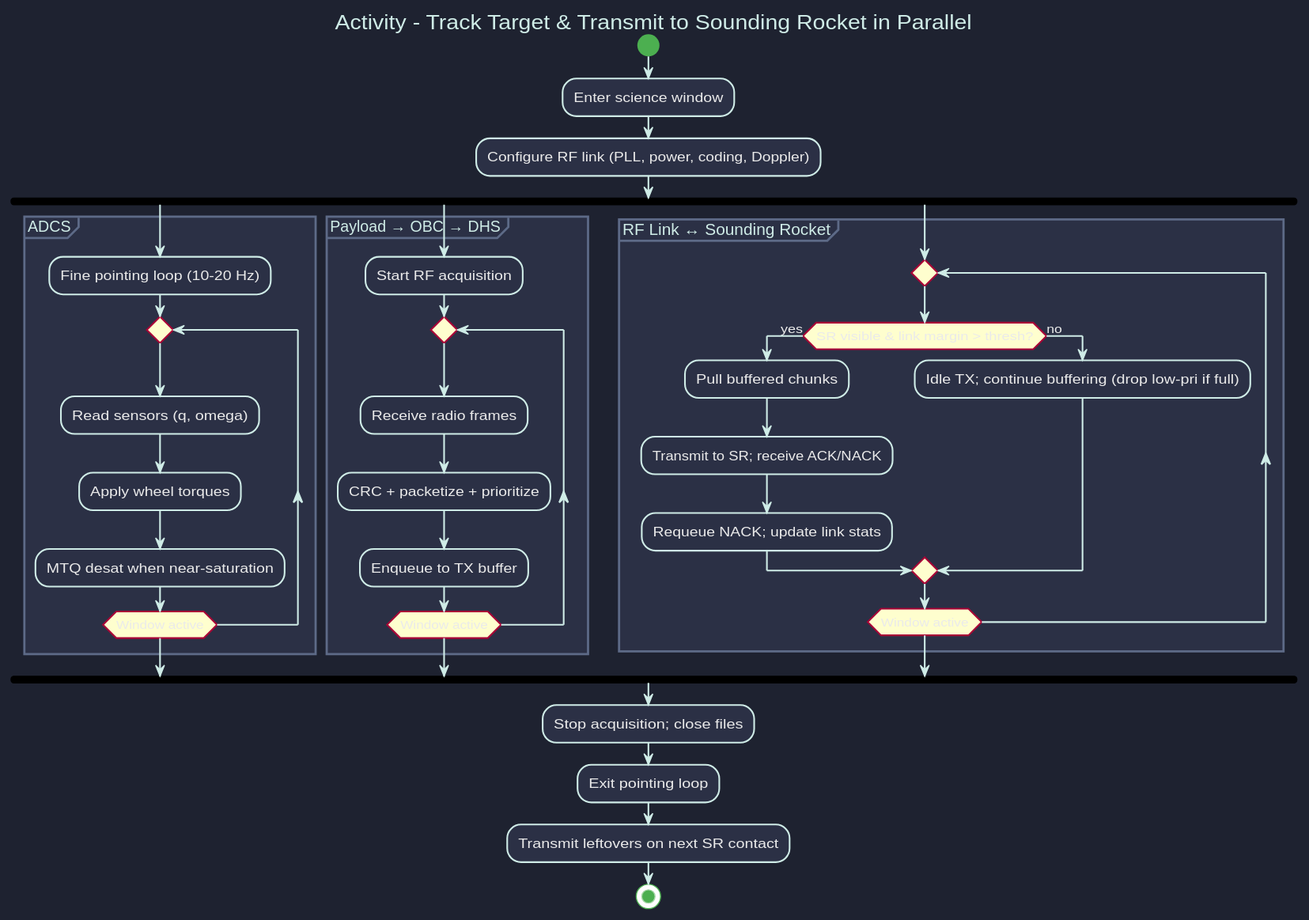
Above: docs/elara/activity.svg in Terminus-Suborbital-Research-Program/Styx (PlantUML), before the change. Source of this version:
```plantuml
@startuml
title <color:#CFECE7>Activity - Track Target & Transmit to Sounding Rocket in Parallel</color>
skinparam shadowing false

skinparam backgroundColor #1E2230
skinparam defaultFontColor #EAEAEA

skinparam activity {
  StartColor #4CAF50
  EndColor #4CAF50
  BackgroundColor #2B3045
  BorderColor #CFECE7
  FontColor #EAEAEA
}
skinparam partition {
  BackgroundColor #2B3045
  BorderColor #5D6A87
  FontColor #CFECE7
}
skinparam diamond {
  BackgroundColor #2B3045
  BorderColor #CFECE7
  FontColor #EAEAEA
}
skinparam arrow {
  Color #CFECE7
}
skinparam note {
  BackgroundColor #5D6A87
  BorderColor #CFECE7
  FontColor #EAEAEA
}

start
:Enter science window;
:Configure RF link (PLL, power, coding, Doppler);

fork
  partition "ADCS" {
    :Fine pointing loop (10-20 Hz);
    repeat
      :Read sensors (q, omega);
      :Apply wheel torques;
      :MTQ desat when near-saturation;
    repeat while (Window active)
  }
fork again
  partition "Payload → OBC → DHS" {
    :Start RF acquisition;
    repeat
      :Receive radio frames;
      :CRC + packetize + prioritize;
      :Enqueue to TX buffer;
    repeat while (Window active)
  }
fork again
  partition "RF Link ↔ Sounding Rocket" {
    repeat
      if (SR visible & link margin > thresh?) then (yes)
        :Pull buffered chunks;
        :Transmit to SR; receive ACK/NACK;
        :Requeue NACK; update link stats;
      else (no)
        :Idle TX; continue buffering (drop low-pri if full);
      endif
    repeat while (Window active)
  }
end fork

:Stop acquisition; close files;
:Exit pointing loop;
:Transmit leftovers on next SR contact;
stop
@enduml
```
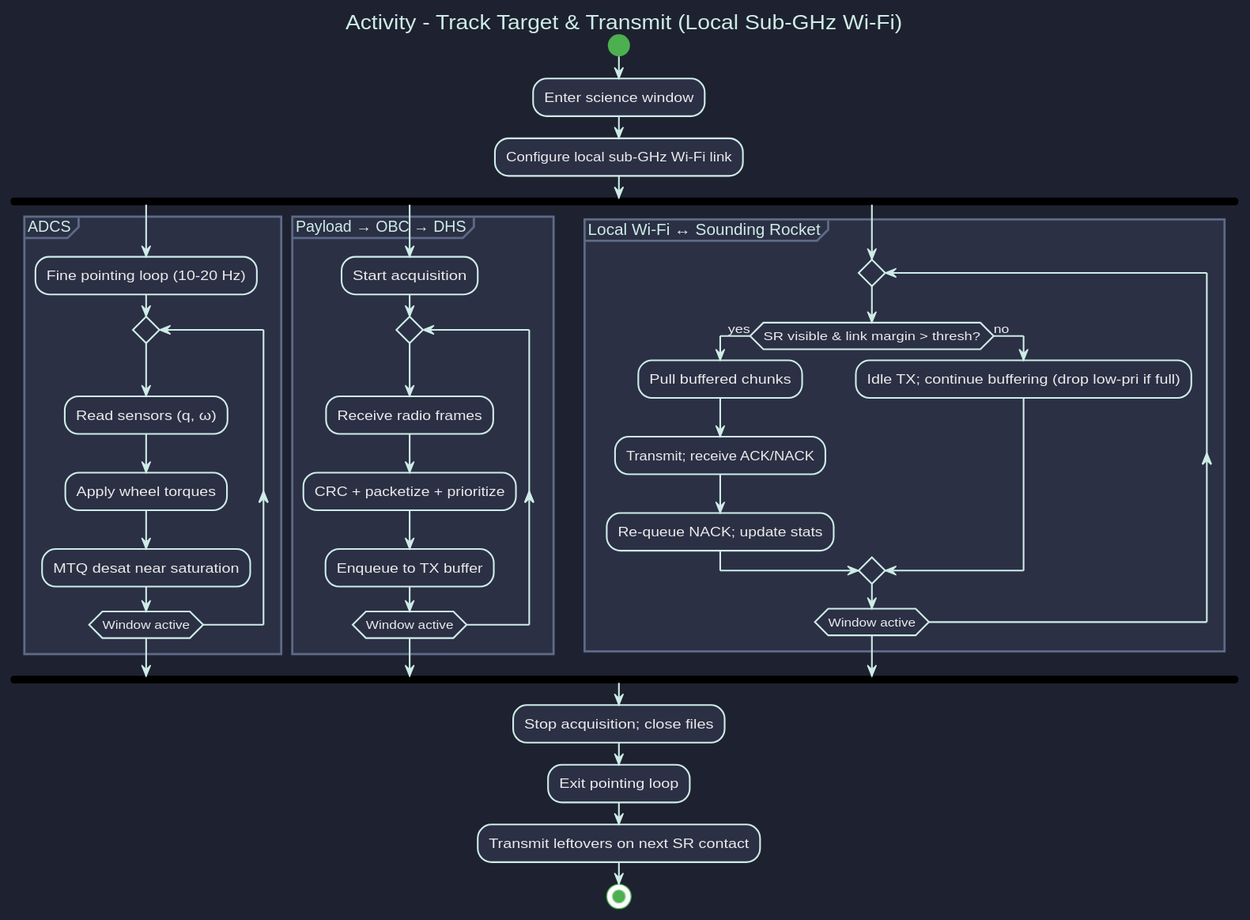
The same diagram one commit later.

The edit, as a diff of the source:
```diff
@@ -1,7 +1,7 @@
 @startuml
-title <color:#CFECE7>Activity - Track Target & Transmit to Sounding Rocket in Parallel</color>
+title <color:#CFECE7>Activity - Track Target & Transmit (Local Sub-GHz Wi-Fi)</color>
+
 skinparam shadowing false
-
 skinparam backgroundColor #1E2230
 skinparam defaultFontColor #EAEAEA
 
@@ -12,19 +12,15 @@
   BorderColor #CFECE7
   FontColor #EAEAEA
 }
+skinparam activityDiamondBackgroundColor #2B3045
+skinparam activityDiamondBorderColor #CFECE7
+skinparam activityDiamondFontColor #EAEAEA
 skinparam partition {
   BackgroundColor #2B3045
   BorderColor #5D6A87
   FontColor #CFECE7
 }
-skinparam diamond {
-  BackgroundColor #2B3045
-  BorderColor #CFECE7
-  FontColor #EAEAEA
-}
-skinparam arrow {
-  Color #CFECE7
-}
+skinparam ArrowColor #CFECE7
 skinparam note {
   BackgroundColor #5D6A87
   BorderColor #CFECE7
@@ -33,20 +29,20 @@
 
 start
 :Enter science window;
-:Configure RF link (PLL, power, coding, Doppler);
+:Configure local sub-GHz Wi-Fi link;
 
 fork
   partition "ADCS" {
     :Fine pointing loop (10-20 Hz);
     repeat
-      :Read sensors (q, omega);
+      :Read sensors (q, ω);
       :Apply wheel torques;
-      :MTQ desat when near-saturation;
+      :MTQ desat near saturation;
     repeat while (Window active)
   }
 fork again
   partition "Payload → OBC → DHS" {
-    :Start RF acquisition;
+    :Start acquisition;
     repeat
       :Receive radio frames;
       :CRC + packetize + prioritize;
@@ -54,12 +50,12 @@
     repeat while (Window active)
   }
 fork again
-  partition "RF Link ↔ Sounding Rocket" {
+  partition "Local Wi-Fi ↔ Sounding Rocket" {
     repeat
       if (SR visible & link margin > thresh?) then (yes)
         :Pull buffered chunks;
-        :Transmit to SR; receive ACK/NACK;
-        :Requeue NACK; update link stats;
+        :Transmit; receive ACK/NACK;
+        :Re-queue NACK; update stats;
       else (no)
         :Idle TX; continue buffering (drop low-pri if full);
       endif
```
